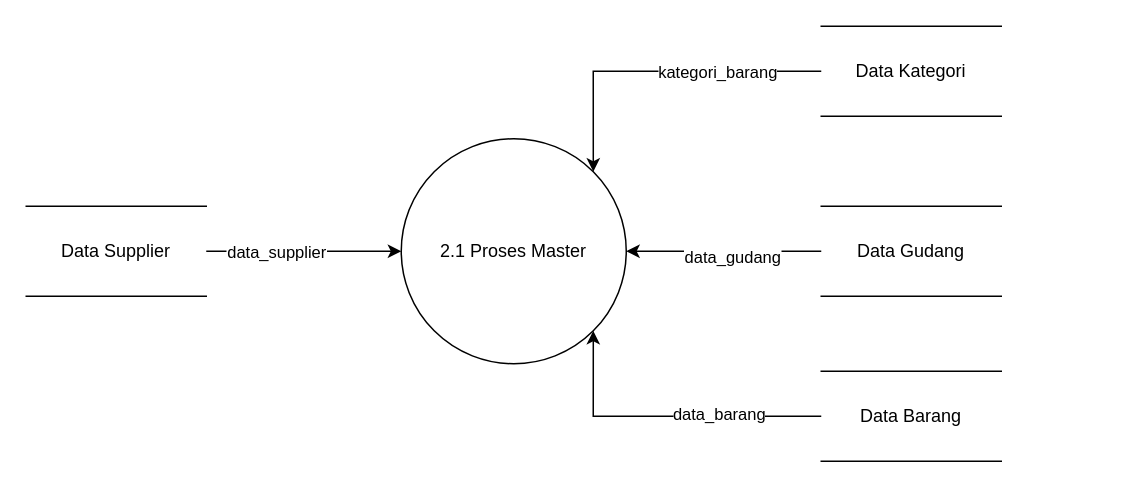
Before: kkp-dfd1-master.drawio in raflialkindhi/graph-save, a draw.io diagram. Source tidied: cells renumbered, new cells numbered last; positions are measured from the earlier drawing's top-left corner, leaving out a move shared by most shapes. Both pictures are drawn from the tidied source at 150%, with x=0, y=0 at pixel (26, 26).
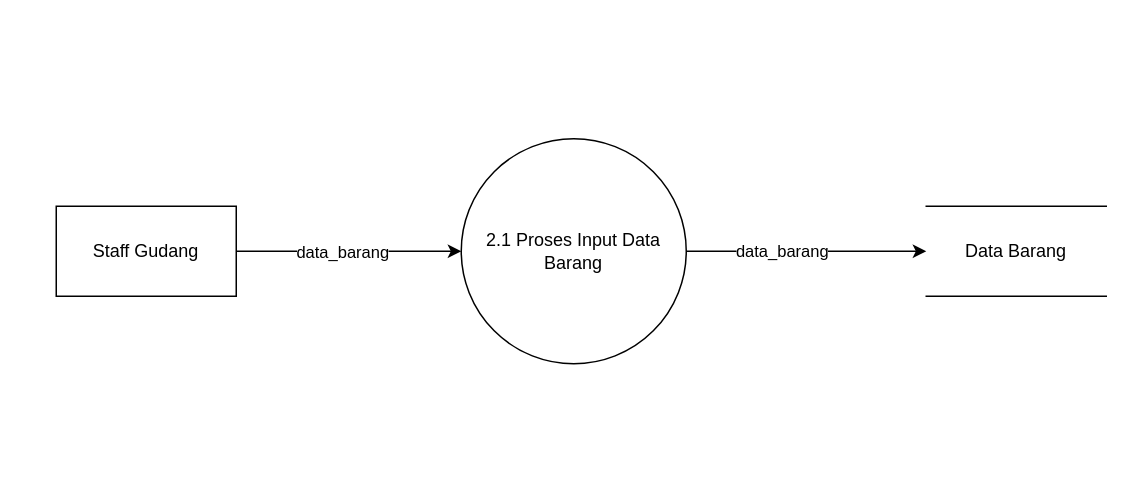
The same page after the edit.

Change to the diagram source:
```diff
@@
 <mxGraphModel>
   <root>
     <mxCell id="0" />
     <mxCell id="1" parent="0" />
+    <mxCell id="15" style="edgeStyle=orthogonalEdgeStyle;rounded=0;jettySize=auto;html=1;exitX=1;exitY=0.5;exitDx=0;exitDy=0;entryX=0;entryY=0.5;entryDx=0;entryDy=0;" parent="1" edge="1" source="2" target="14">
+      <mxGeometry relative="1" as="geometry" />
+    </mxCell>
+    <mxCell id="16" value="data_barang" style="edgeLabel;html=1;align=center;verticalAlign=middle;" parent="15" vertex="1">
+      <mxGeometry x="-0.21" y="1" relative="1" as="geometry" />
+    </mxCell>
-    <mxCell id="2" value="2.1 Proses Master" style="ellipse;whiteSpace=wrap;html=1;" parent="1" vertex="1">
-      <mxGeometry x="250" y="75" width="150" height="150" as="geometry" />
+    <mxCell id="2" value="2.1 Proses Input Data Barang" style="ellipse;whiteSpace=wrap;html=1;" parent="1" vertex="1">
+      <mxGeometry x="290" y="75" width="150" height="150" as="geometry" />
     </mxCell>
-    <mxCell id="3" style="edgeStyle=orthogonalEdgeStyle;rounded=0;jettySize=auto;html=1;exitX=1;exitY=0.5;exitDx=0;exitDy=0;entryX=0;entryY=0.5;entryDx=0;entryDy=0;" parent="1" edge="1" source="5" target="2">
-      <mxGeometry relative="1" as="geometry" />
-    </mxCell>
-    <mxCell id="4" value="data_supplier" style="edgeLabel;html=1;align=center;verticalAlign=middle;" parent="3" vertex="1">
-      <mxGeometry x="-0.29" relative="1" as="geometry" />
-    </mxCell>
-    <mxCell id="5" value="Data Supplier" style="shape=partialRectangle;whiteSpace=wrap;html=1;left=0;right=0;fillColor=none;" parent="1" vertex="1">
-      <mxGeometry y="120" width="120" height="60" as="geometry" />
-    </mxCell>
-    <mxCell id="6" style="edgeStyle=orthogonalEdgeStyle;rounded=0;jettySize=auto;html=1;exitX=0;exitY=0.5;exitDx=0;exitDy=0;entryX=1;entryY=0;entryDx=0;entryDy=0;" parent="1" edge="1" source="8" target="2">
-      <mxGeometry relative="1" as="geometry" />
-    </mxCell>
-    <mxCell id="7" value="kategori_barang" style="edgeLabel;html=1;align=center;verticalAlign=middle;" parent="6" vertex="1">
-      <mxGeometry x="0.27" y="2" relative="1" as="geometry">
-        <mxPoint x="69" y="-2" as="offset" />
-      </mxGeometry>
-    </mxCell>
-    <mxCell id="8" value="Data Kategori" style="shape=partialRectangle;whiteSpace=wrap;html=1;left=0;right=0;fillColor=none;" parent="1" vertex="1">
-      <mxGeometry x="530" width="120" height="60" as="geometry" />
-    </mxCell>
-    <mxCell id="9" style="edgeStyle=orthogonalEdgeStyle;rounded=0;jettySize=auto;html=1;exitX=0;exitY=0.5;exitDx=0;exitDy=0;entryX=1;entryY=0.5;entryDx=0;entryDy=0;" parent="1" edge="1" source="11" target="2">
-      <mxGeometry relative="1" as="geometry" />
-    </mxCell>
-    <mxCell id="10" value="data_gudang" style="edgeLabel;html=1;align=center;verticalAlign=middle;" parent="9" vertex="1">
-      <mxGeometry x="-0.09" y="3" relative="1" as="geometry">
-        <mxPoint x="-1" as="offset" />
-      </mxGeometry>
-    </mxCell>
-    <mxCell id="11" value="Data Gudang" style="shape=partialRectangle;whiteSpace=wrap;html=1;left=0;right=0;fillColor=none;" parent="1" vertex="1">
-      <mxGeometry x="530" y="120" width="120" height="60" as="geometry" />
-    </mxCell>
-    <mxCell id="12" style="edgeStyle=orthogonalEdgeStyle;rounded=0;jettySize=auto;html=1;exitX=0;exitY=0.5;exitDx=0;exitDy=0;entryX=1;entryY=1;entryDx=0;entryDy=0;" parent="1" edge="1" source="14" target="2">
-      <mxGeometry relative="1" as="geometry" />
-    </mxCell>
-    <mxCell id="13" value="data_barang" style="edgeLabel;html=1;align=center;verticalAlign=middle;" parent="12" vertex="1">
-      <mxGeometry x="-0.35" y="-2" relative="1" as="geometry">
-        <mxPoint x="-1" as="offset" />
-      </mxGeometry>
-    </mxCell>
     <mxCell id="14" value="Data Barang" style="shape=partialRectangle;whiteSpace=wrap;html=1;left=0;right=0;fillColor=none;" parent="1" vertex="1">
-      <mxGeometry x="530" y="230" width="120" height="60" as="geometry" />
+      <mxGeometry x="600" y="120" width="120" height="60" as="geometry" />
     </mxCell>
+    <mxCell id="17" style="edgeStyle=orthogonalEdgeStyle;rounded=0;jettySize=auto;html=1;exitX=1;exitY=0.5;exitDx=0;exitDy=0;entryX=0;entryY=0.5;entryDx=0;entryDy=0;" parent="1" edge="1" source="19" target="2">
+      <mxGeometry relative="1" as="geometry" />
+    </mxCell>
+    <mxCell id="18" value="data_barang" style="edgeLabel;html=1;align=center;verticalAlign=middle;" parent="17" vertex="1">
+      <mxGeometry x="-0.07" relative="1" as="geometry" />
+    </mxCell>
+    <mxCell id="19" value="Staff Gudang" style="rounded=0;whiteSpace=wrap;html=1;" parent="1" vertex="1">
+      <mxGeometry x="20" y="120" width="120" height="60" as="geometry" />
+    </mxCell>
   </root>
 </mxGraphModel>
```
